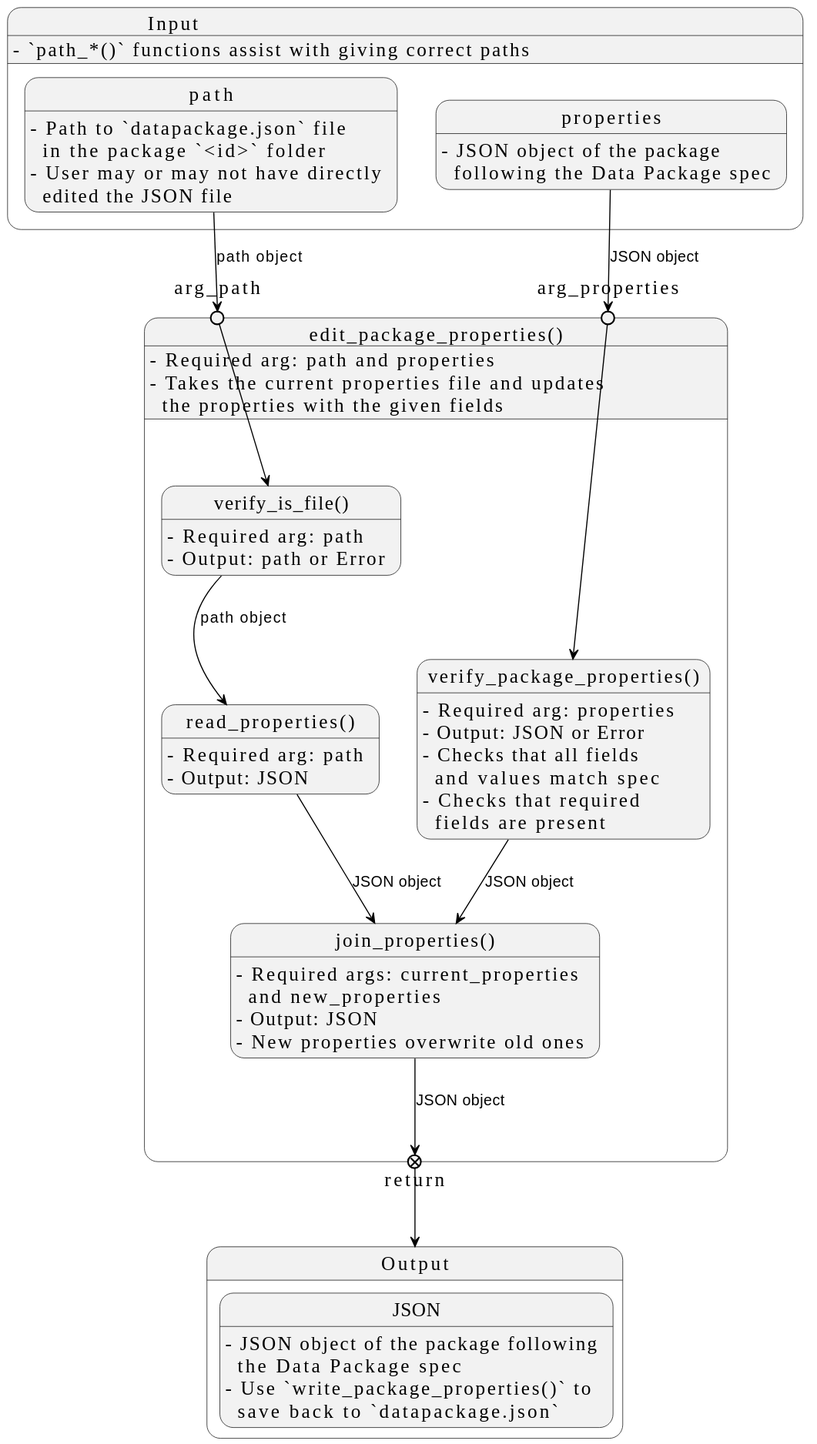
Above: docs/design/interface/images/core/edit-package-properties.svg in seedcase-project/seedcase-sprout (PlantUML), before the change. Source of this version:
```plantuml
@startuml
!theme seedcase from https://raw.githubusercontent.com/seedcase-project/seedcase-theme/main

state "Input" as input {
  input : - `path_*()` functions assist with giving correct paths
  path : - Path to `datapackage.json` file\n  in the package `<id>` folder
  path : - User may or may not have directly\n  edited the JSON file
  properties: - JSON object of the package\n  following the Data Package spec
}

state "Output" as output {
  state "JSON" as json_output
  json_output : - JSON object of the package following\n  the Data Package spec
  json_output : - Use `write_package_properties()` to\n  save back to `datapackage.json`
}

state "edit_package_properties()" as cps {
  cps : - Required arg: path and properties
  cps : - Takes the current properties file and updates\n  the properties with the given fields

  state arg_path <<entryPoint>>
  state arg_properties <<entryPoint>>

  path --> arg_path : path object
  properties --> arg_properties : JSON object

  state "verify_is_file()" as vif
  vif : - Required arg: path
  vif : - Output: path or Error
  arg_path --> vif

  state "verify_package_properties()" as vpp
  vpp : - Required arg: properties
  vpp : - Output: JSON or Error
  vpp : - Checks that all fields\n  and values match spec
  vpp : - Checks that required\n  fields are present
  arg_properties --> vpp

  state "read_properties()" as rp
  rp : - Required arg: path
  rp : - Output: JSON
  vif --> rp : path object

  state "join_properties()" as jp
  jp : - Required args: current_properties\n  and new_properties
  jp : - Output: JSON
  jp : - New properties overwrite old ones
  rp --> jp : JSON object
  vpp --> jp : JSON object

  state "return" <<exitPoint>>
  jp --> return : JSON object
  return --> output
}
@enduml
```
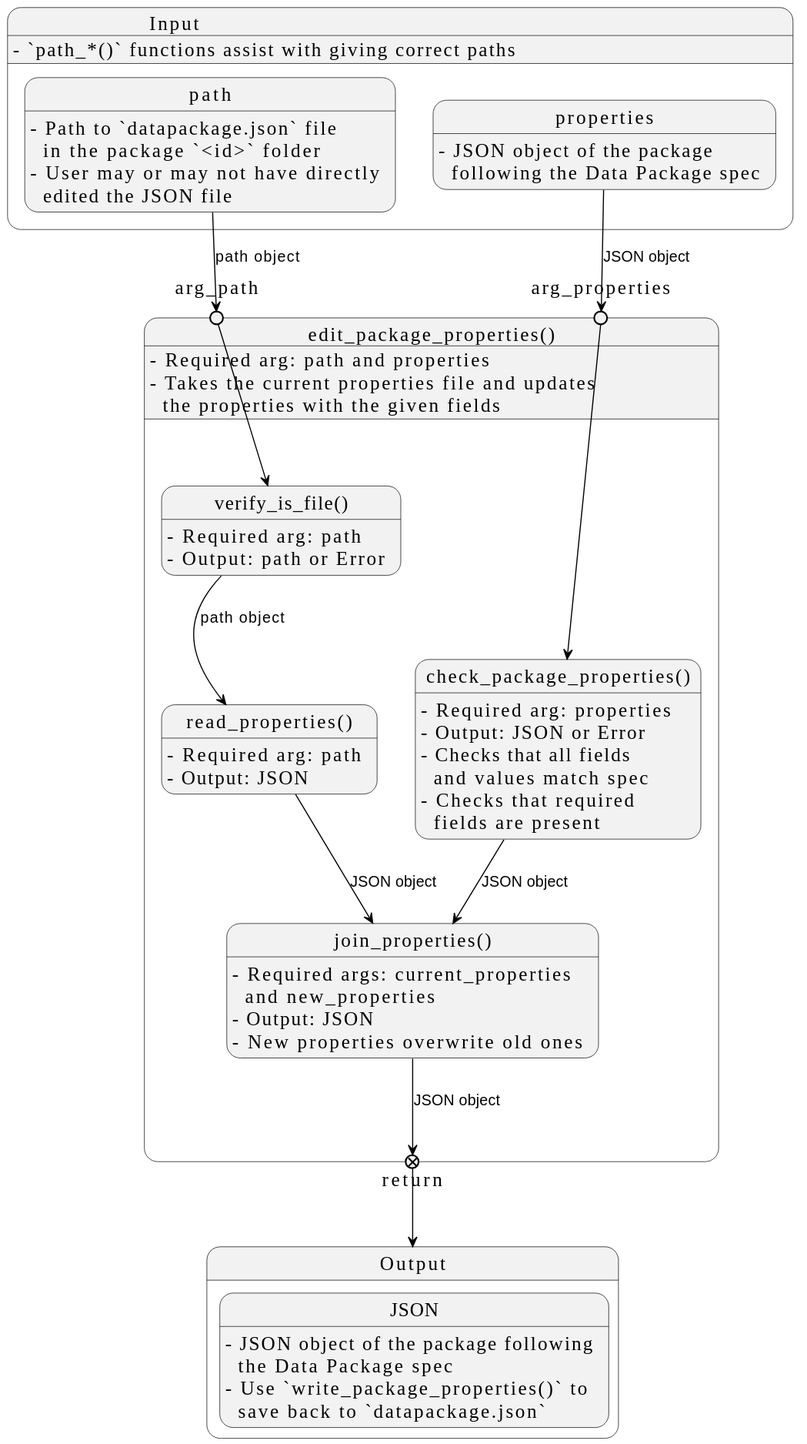
The same diagram one commit later.

Commit message:
refactor: :recycle: use check_package_properties in edit_package_properties

Diff of the diagram source:
```diff
@@ -29,12 +29,12 @@
   vif : - Output: path or Error
   arg_path --> vif
 
-  state "verify_package_properties()" as vpp
-  vpp : - Required arg: properties
-  vpp : - Output: JSON or Error
-  vpp : - Checks that all fields\n  and values match spec
-  vpp : - Checks that required\n  fields are present
-  arg_properties --> vpp
+  state "check_package_properties()" as cpp
+  cpp : - Required arg: properties
+  cpp : - Output: JSON or Error
+  cpp : - Checks that all fields\n  and values match spec
+  cpp : - Checks that required\n  fields are present
+  arg_properties --> cpp
 
   state "read_properties()" as rp
   rp : - Required arg: path
@@ -46,7 +46,7 @@
   jp : - Output: JSON
   jp : - New properties overwrite old ones
   rp --> jp : JSON object
-  vpp --> jp : JSON object
+  cpp --> jp : JSON object
 
   state "return" <<exitPoint>>
   jp --> return : JSON object
```
